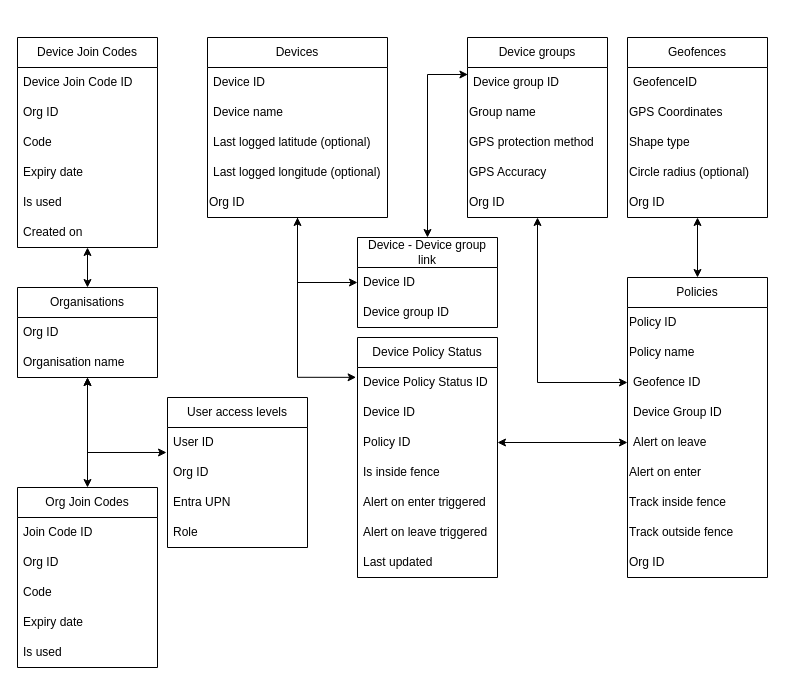
Before: Documents/Design/COMP3000 DB Design(1).drawio in ChrisStuff4Fun/COMP3000, a draw.io diagram. Source tidied: cells renumbered, new cells numbered last; positions are measured from the earlier drawing's top-left corner, leaving out a move shared by most shapes. Both pictures are drawn from the tidied source at 100%, with x=0, y=0 at pixel (17, 37).
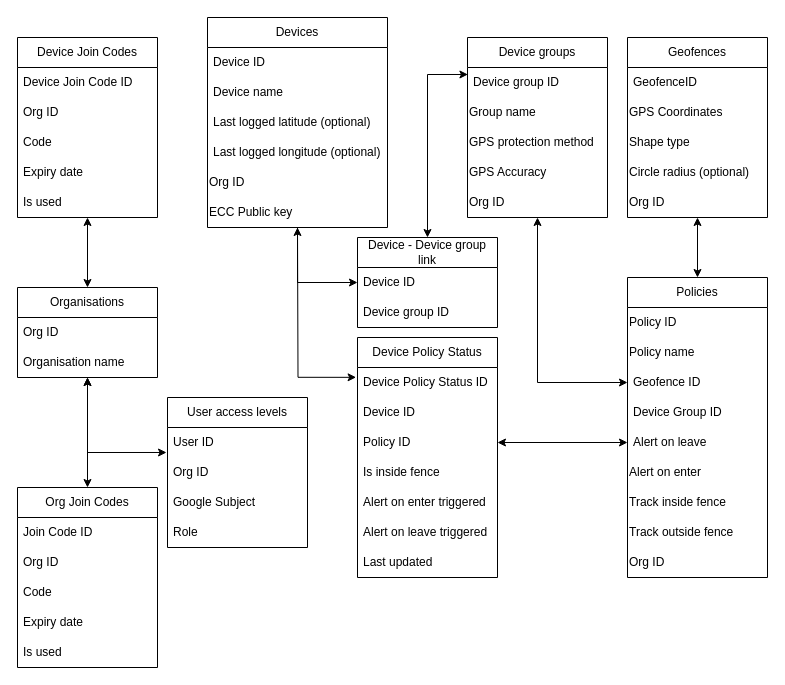
Above is the later version.

Commit message (it also covers changes not shown here):
Bug fixing: Blank google subject

The change refers to these unchanged cells:
```xml
<mxCell id="8" value="Org ID" style="text;html=1;whiteSpace=wrap;strokeColor=none;fillColor=none;align=left;verticalAlign=middle;rounded=0;" parent="3" vertex="1">
  <mxGeometry y="150" width="180" height="30" as="geometry" />
</mxCell>
<mxCell id="40" value="User access levels" style="swimlane;fontStyle=0;horizontal=1;startSize=30;whiteSpace=wrap;html=1;" parent="1" vertex="1">
  <mxGeometry x="150" y="360" width="140" height="150" as="geometry" />
</mxCell>
<mxCell id="61" value="Device Policy Status ID" style="text;strokeColor=none;fillColor=none;align=left;verticalAlign=middle;spacingLeft=4;spacingRight=4;overflow=hidden;points=[[0,0.5],[1,0.5]];portConstraint=eastwest;whiteSpace=wrap;html=1;" parent="60" vertex="1">
  <mxGeometry y="30" width="140" height="30" as="geometry" />
</mxCell>
```

What changed in the source:
```diff
@@
     <mxCell id="3" value="Devices" style="swimlane;fontStyle=0;horizontal=1;startSize=30;whiteSpace=wrap;html=1;" parent="1" vertex="1">
-      <mxGeometry x="190" width="180" height="180" as="geometry" />
+      <mxGeometry x="190" y="-20" width="180" height="210" as="geometry" />
     </mxCell>
@@
+    <mxCell id="71" value="ECC Public key" style="text;html=1;whiteSpace=wrap;strokeColor=none;fillColor=none;align=left;verticalAlign=middle;rounded=0;" parent="3" vertex="1">
+      <mxGeometry y="180" width="180" height="30" as="geometry" />
+    </mxCell>
@@
-    <mxCell id="43" value="Entra UPN" style="text;strokeColor=none;fillColor=none;align=left;verticalAlign=middle;spacingLeft=4;spacingRight=4;overflow=hidden;whiteSpace=wrap;html=1;" parent="40" vertex="1">
+    <mxCell id="43" value="Google Subject" style="text;strokeColor=none;fillColor=none;align=left;verticalAlign=middle;spacingLeft=4;spacingRight=4;overflow=hidden;whiteSpace=wrap;html=1;" parent="40" vertex="1">
       <mxGeometry y="90" width="140" height="30" as="geometry" />
     </mxCell>
@@
     <mxCell id="47" value="Device Join Codes" style="swimlane;fontStyle=0;horizontal=1;startSize=30;whiteSpace=wrap;html=1;" parent="1" vertex="1">
-      <mxGeometry width="140" height="210" as="geometry" />
+      <mxGeometry width="140" height="180" as="geometry" />
     </mxCell>
@@
-    <mxCell id="53" value="Created on" style="text;strokeColor=none;fillColor=none;align=left;verticalAlign=middle;spacingLeft=4;spacingRight=4;overflow=hidden;whiteSpace=wrap;html=1;" parent="47" vertex="1">
-      <mxGeometry y="180" width="140" height="30" as="geometry" />
-    </mxCell>
@@
-    <mxCell id="68" style="edgeStyle=orthogonalEdgeStyle;rounded=0;jettySize=auto;html=1;entryX=-0.01;entryY=0.328;entryDx=0;entryDy=0;entryPerimeter=0;" parent="1" edge="1" source="8" target="61">
-      <mxGeometry relative="1" as="geometry" />
+    <mxCell id="68" style="edgeStyle=orthogonalEdgeStyle;rounded=0;jettySize=auto;html=1;entryX=-0.01;entryY=0.328;entryDx=0;entryDy=0;entryPerimeter=0;" parent="1" edge="1" target="61">
+      <mxGeometry relative="1" as="geometry">
+        <mxPoint x="280" y="190" as="sourcePoint" />
+      </mxGeometry>
     </mxCell>
```
